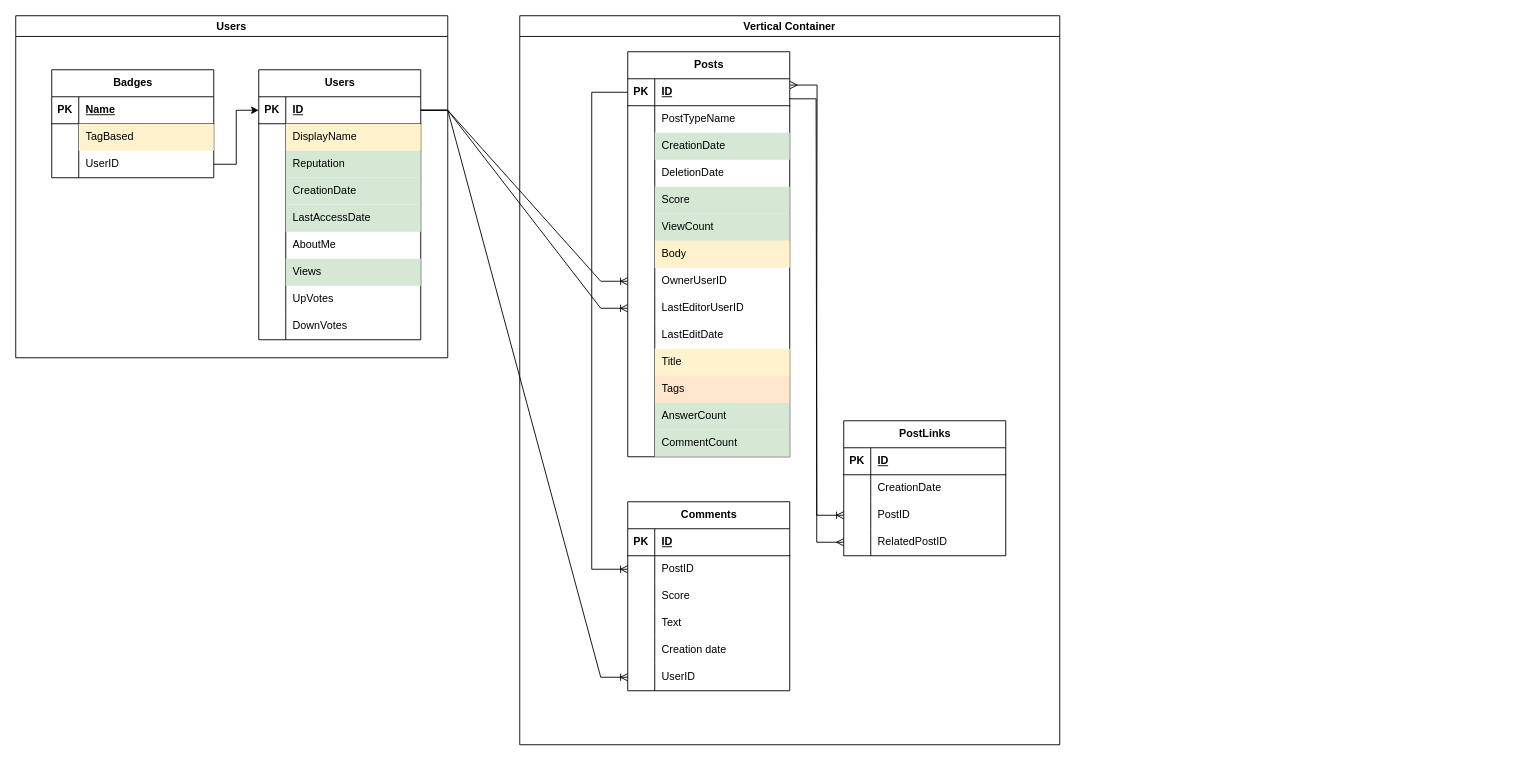
Above: DB.drawio in IvanovTD06/SP-01 (draw.io), before the change. Source tidied: cells renumbered, new cells numbered last; positions are measured from the earlier drawing's top-left corner, leaving out a move shared by most shapes. Both pictures are drawn from the tidied source at 90%, with x=0, y=0 at pixel (15, 15).
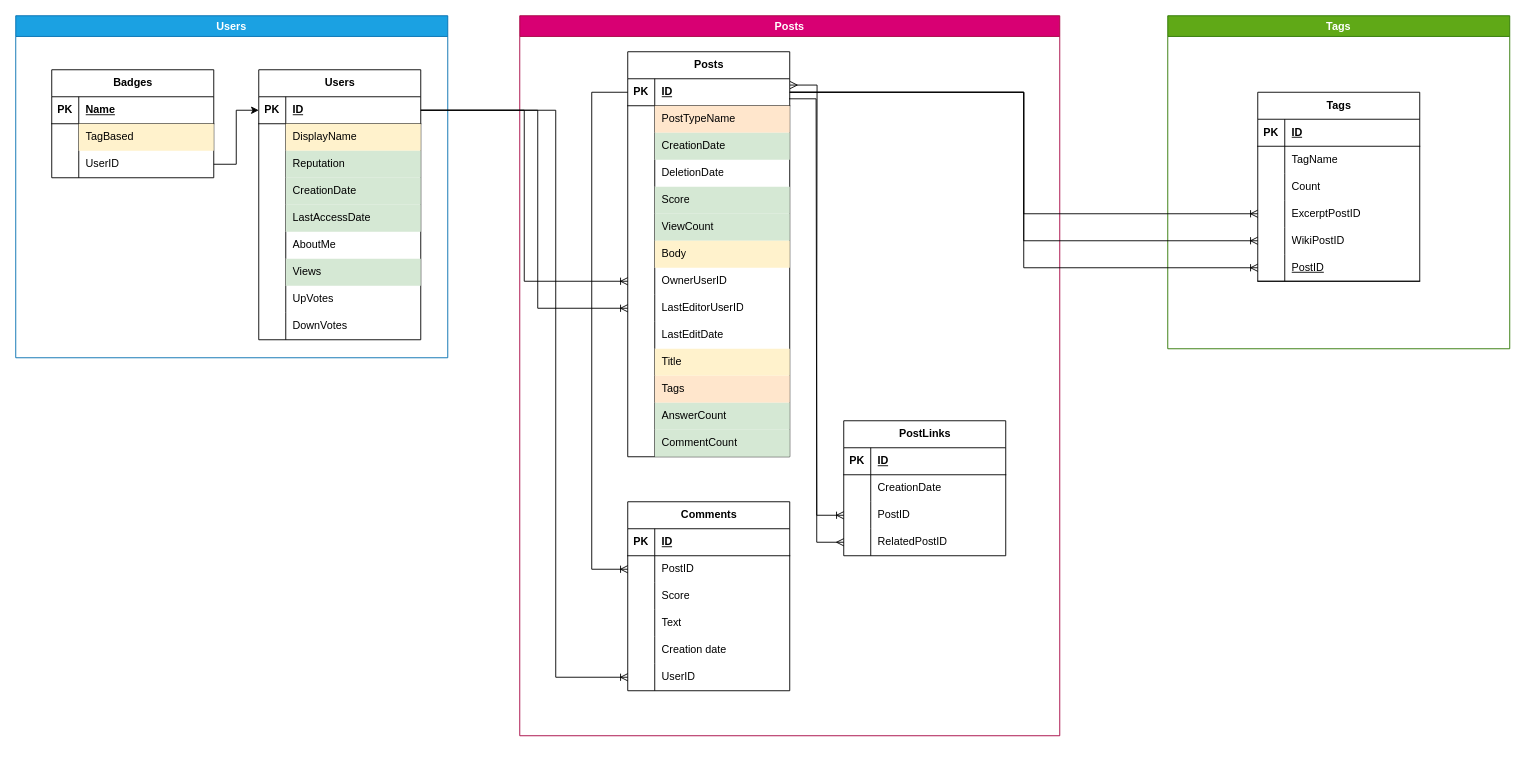
After the change.

The change refers to these unchanged cells:
```xml
<mxCell id="4" style="shape=tableRow;horizontal=0;startSize=0;swimlaneHead=0;swimlaneBody=0;fillColor=none;points=[[0,0.5],[1,0.5]];portConstraint=eastwest;top=0;left=0;right=0;bottom=1;" parent="3" vertex="1">
  <mxGeometry y="30" width="180" height="30" as="geometry" />
</mxCell>
<mxCell id="44" style="shape=tableRow;horizontal=0;startSize=0;swimlaneHead=0;swimlaneBody=0;fillColor=none;points=[[0,0.5],[1,0.5]];portConstraint=eastwest;top=0;left=0;right=0;bottom=1;" parent="43" vertex="1">
  <mxGeometry y="30" width="180" height="30" as="geometry" />
</mxCell>
<mxCell id="47" style="shape=tableRow;horizontal=0;startSize=0;swimlaneHead=0;swimlaneBody=0;fillColor=none;top=0;left=0;right=0;bottom=0;" parent="43" vertex="1">
  <mxGeometry y="60" width="180" height="30" as="geometry" />
</mxCell>
<mxCell id="65" style="shape=tableRow;horizontal=0;startSize=0;swimlaneHead=0;swimlaneBody=0;fillColor=none;points=[[0,0.5],[1,0.5]];portConstraint=eastwest;top=0;left=0;right=0;bottom=0;" parent="43" vertex="1">
  <mxGeometry y="240" width="180" height="30" as="geometry" />
</mxCell>
<mxCell id="68" style="shape=tableRow;horizontal=0;startSize=0;swimlaneHead=0;swimlaneBody=0;fillColor=none;points=[[0,0.5],[1,0.5]];portConstraint=eastwest;top=0;left=0;right=0;bottom=0;" parent="43" vertex="1">
  <mxGeometry y="270" width="180" height="30" as="geometry" />
</mxCell>
<mxCell id="102" style="shape=tableRow;horizontal=0;startSize=0;swimlaneHead=0;swimlaneBody=0;fillColor=none;points=[[0,0.5],[1,0.5]];portConstraint=eastwest;top=0;left=0;right=0;bottom=0;" parent="86" vertex="1">
  <mxGeometry y="180" width="180" height="30" as="geometry" />
</mxCell>
```

The edit, as a diff of the source:
```diff
@@
-    <mxCell id="2" value="Users" style="swimlane;whiteSpace=wrap;html=1;" parent="1" vertex="1">
+    <mxCell id="2" value="Users" style="swimlane;whiteSpace=wrap;html=1;fillColor=#1ba1e2;fontColor=#ffffff;strokeColor=#006EAF;" parent="1" vertex="1">
       <mxGeometry width="480" height="380" as="geometry" />
     </mxCell>
@@
-    <mxCell id="42" value="Vertical Container" style="swimlane;whiteSpace=wrap;html=1;" parent="1" vertex="1">
-      <mxGeometry x="560" width="600" height="810" as="geometry" />
+    <mxCell id="42" value="Posts" style="swimlane;whiteSpace=wrap;html=1;fillColor=#d80073;fontColor=#ffffff;strokeColor=#A50040;" parent="1" vertex="1">
+      <mxGeometry x="560" width="600" height="800" as="geometry" />
     </mxCell>
@@
-    <mxCell id="49" value="PostTypeName" style="shape=partialRectangle;fillColor=none;top=0;left=0;bottom=0;right=0;align=left;spacingLeft=6;overflow=hidden;whiteSpace=wrap;html=1;" parent="47" vertex="1">
+    <mxCell id="49" value="PostTypeName" style="shape=partialRectangle;fillColor=#ffe6cc;top=0;left=0;bottom=0;right=0;align=left;spacingLeft=6;overflow=hidden;whiteSpace=wrap;html=1;strokeColor=#d79b00;" parent="47" vertex="1">
       <mxGeometry x="30" width="150" height="30" as="geometry" />
     </mxCell>
@@
-    <mxCell id="121" style="edgeStyle=entityRelationEdgeStyle;fontSize=12;html=1;endArrow=ERoneToMany;rounded=0;exitX=1;exitY=0.5;exitDx=0;exitDy=0;" parent="1" edge="1" source="4" target="65">
+    <mxCell id="121" style="edgeStyle=elbowEdgeStyle;fontSize=12;html=1;endArrow=ERoneToMany;rounded=0;exitX=1;exitY=0.5;exitDx=0;exitDy=0;" parent="1" edge="1" source="4" target="65">
       <mxGeometry relative="1" as="geometry" />
     </mxCell>
-    <mxCell id="122" style="edgeStyle=entityRelationEdgeStyle;fontSize=12;html=1;endArrow=ERoneToMany;rounded=0;exitX=1;exitY=0.5;exitDx=0;exitDy=0;entryX=0;entryY=0.5;entryDx=0;entryDy=0;" parent="1" edge="1" source="4" target="68">
-      <mxGeometry relative="1" as="geometry" />
+    <mxCell id="122" style="edgeStyle=elbowEdgeStyle;fontSize=12;html=1;endArrow=ERoneToMany;rounded=0;exitX=1;exitY=0.5;exitDx=0;exitDy=0;entryX=0;entryY=0.5;entryDx=0;entryDy=0;" parent="1" edge="1" source="4" target="68">
+      <mxGeometry relative="1" as="geometry">
+        <Array as="points">
+          <mxPoint x="580" y="220" />
+        </Array>
+      </mxGeometry>
     </mxCell>
-    <mxCell id="123" style="edgeStyle=entityRelationEdgeStyle;fontSize=12;html=1;endArrow=ERoneToMany;rounded=0;exitX=1;exitY=0.5;exitDx=0;exitDy=0;entryX=0;entryY=0.5;entryDx=0;entryDy=0;" parent="1" edge="1" source="4" target="102">
-      <mxGeometry relative="1" as="geometry" />
+    <mxCell id="123" style="edgeStyle=elbowEdgeStyle;fontSize=12;html=1;endArrow=ERoneToMany;rounded=0;exitX=1;exitY=0.5;exitDx=0;exitDy=0;entryX=0;entryY=0.5;entryDx=0;entryDy=0;" parent="1" edge="1" source="4" target="102">
+      <mxGeometry relative="1" as="geometry">
+        <Array as="points">
+          <mxPoint x="600" y="420" />
+        </Array>
+      </mxGeometry>
     </mxCell>
+    <mxCell id="124" value="Tags" style="swimlane;whiteSpace=wrap;html=1;fillColor=#60a917;fontColor=#ffffff;strokeColor=#2D7600;" parent="1" vertex="1">
+      <mxGeometry x="1280" width="380" height="370" as="geometry" />
+    </mxCell>
+    <mxCell id="125" value="Tags" style="shape=table;startSize=30;childLayout=tableLayout;rowLines=0;fontStyle=1;align=center;html=1;" parent="124" vertex="1">
+      <mxGeometry x="100" y="85" width="180" height="210" as="geometry" />
+    </mxCell>
+    <mxCell id="126" style="shape=tableRow;horizontal=0;startSize=0;swimlaneHead=0;swimlaneBody=0;fillColor=none;top=0;left=0;right=0;bottom=1;" parent="125" vertex="1">
+      <mxGeometry y="30" width="180" height="30" as="geometry" />
+    </mxCell>
+    <mxCell id="127" value="PK" style="shape=partialRectangle;fillColor=none;top=0;left=0;bottom=0;right=0;fontStyle=1;overflow=hidden;whiteSpace=wrap;html=1;" parent="126" vertex="1">
+      <mxGeometry width="30" height="30" as="geometry" />
+    </mxCell>
+    <mxCell id="128" value="ID" style="shape=partialRectangle;fillColor=none;top=0;left=0;bottom=0;right=0;align=left;spacingLeft=6;fontStyle=5;overflow=hidden;whiteSpace=wrap;html=1;" parent="126" vertex="1">
+      <mxGeometry x="30" width="150" height="30" as="geometry" />
+    </mxCell>
+    <mxCell id="129" style="shape=tableRow;horizontal=0;startSize=0;swimlaneHead=0;swimlaneBody=0;fillColor=none;top=0;left=0;right=0;bottom=0;" parent="125" vertex="1">
+      <mxGeometry y="60" width="180" height="30" as="geometry" />
+    </mxCell>
+    <mxCell id="130" style="shape=partialRectangle;fillColor=none;top=0;left=0;bottom=0;right=0;overflow=hidden;whiteSpace=wrap;html=1;" parent="129" vertex="1">
+      <mxGeometry width="30" height="30" as="geometry" />
+    </mxCell>
+    <mxCell id="131" value="TagName" style="shape=partialRectangle;fillColor=none;top=0;left=0;bottom=0;right=0;align=left;spacingLeft=6;overflow=hidden;whiteSpace=wrap;html=1;" parent="129" vertex="1">
+      <mxGeometry x="30" width="150" height="30" as="geometry" />
+    </mxCell>
+    <mxCell id="132" style="shape=tableRow;horizontal=0;startSize=0;swimlaneHead=0;swimlaneBody=0;fillColor=none;top=0;left=0;right=0;bottom=0;" parent="125" vertex="1">
+      <mxGeometry y="90" width="180" height="30" as="geometry" />
+    </mxCell>
+    <mxCell id="133" style="shape=partialRectangle;fillColor=none;top=0;left=0;bottom=0;right=0;overflow=hidden;whiteSpace=wrap;html=1;" parent="132" vertex="1">
+      <mxGeometry width="30" height="30" as="geometry" />
+    </mxCell>
+    <mxCell id="134" value="Count" style="shape=partialRectangle;fillColor=none;top=0;left=0;bottom=0;right=0;align=left;spacingLeft=6;overflow=hidden;whiteSpace=wrap;html=1;" parent="132" vertex="1">
+      <mxGeometry x="30" width="150" height="30" as="geometry" />
+    </mxCell>
+    <mxCell id="135" style="shape=tableRow;horizontal=0;startSize=0;swimlaneHead=0;swimlaneBody=0;fillColor=none;points=[[0,0.5],[1,0.5]];portConstraint=eastwest;top=0;left=0;right=0;bottom=0;" parent="125" vertex="1">
+      <mxGeometry y="120" width="180" height="30" as="geometry" />
+    </mxCell>
+    <mxCell id="136" style="shape=partialRectangle;fillColor=none;top=0;left=0;bottom=0;right=0;overflow=hidden;whiteSpace=wrap;html=1;" parent="135" vertex="1">
+      <mxGeometry width="30" height="30" as="geometry" />
+    </mxCell>
+    <mxCell id="137" value="ExcerptPostID" style="shape=partialRectangle;fillColor=none;top=0;left=0;bottom=0;right=0;align=left;spacingLeft=6;overflow=hidden;whiteSpace=wrap;html=1;" parent="135" vertex="1">
+      <mxGeometry x="30" width="150" height="30" as="geometry" />
+    </mxCell>
+    <mxCell id="138" style="shape=tableRow;horizontal=0;startSize=0;swimlaneHead=0;swimlaneBody=0;fillColor=none;points=[[0,0.5],[1,0.5]];portConstraint=eastwest;top=0;left=0;right=0;bottom=0;" parent="125" vertex="1">
+      <mxGeometry y="150" width="180" height="30" as="geometry" />
+    </mxCell>
+    <mxCell id="139" style="shape=partialRectangle;fillColor=none;top=0;left=0;bottom=0;right=0;overflow=hidden;whiteSpace=wrap;html=1;" parent="138" vertex="1">
+      <mxGeometry width="30" height="30" as="geometry" />
+    </mxCell>
+    <mxCell id="140" value="WikiPostID" style="shape=partialRectangle;fillColor=none;top=0;left=0;bottom=0;right=0;align=left;spacingLeft=6;overflow=hidden;whiteSpace=wrap;html=1;" parent="138" vertex="1">
+      <mxGeometry x="30" width="150" height="30" as="geometry" />
+    </mxCell>
+    <mxCell id="141" style="shape=tableRow;horizontal=0;startSize=0;swimlaneHead=0;swimlaneBody=0;fillColor=none;points=[[0,0.5],[1,0.5]];portConstraint=eastwest;top=0;left=0;right=0;bottom=1;" parent="125" vertex="1">
+      <mxGeometry y="180" width="180" height="30" as="geometry" />
+    </mxCell>
+    <mxCell id="142" style="shape=partialRectangle;fillColor=none;top=0;left=0;bottom=0;right=0;fontStyle=1;overflow=hidden;whiteSpace=wrap;html=1;" parent="141" vertex="1">
+      <mxGeometry width="30" height="30" as="geometry" />
+    </mxCell>
+    <mxCell id="143" value="&lt;span style=&quot;font-weight: 400;&quot;&gt;PostID&lt;/span&gt;" style="shape=partialRectangle;fillColor=none;top=0;left=0;bottom=0;right=0;align=left;spacingLeft=6;fontStyle=5;overflow=hidden;whiteSpace=wrap;html=1;" parent="141" vertex="1">
+      <mxGeometry x="30" width="150" height="30" as="geometry" />
+    </mxCell>
+    <mxCell id="144" style="edgeStyle=elbowEdgeStyle;fontSize=12;html=1;endArrow=ERoneToMany;rounded=0;entryX=0;entryY=0.5;entryDx=0;entryDy=0;exitX=1;exitY=0.5;exitDx=0;exitDy=0;" parent="1" edge="1" source="44" target="138">
+      <mxGeometry relative="1" as="geometry" />
+    </mxCell>
+    <mxCell id="145" style="edgeStyle=elbowEdgeStyle;fontSize=12;html=1;endArrow=ERoneToMany;rounded=0;entryX=0;entryY=0.5;entryDx=0;entryDy=0;" parent="1" edge="1" source="44" target="141">
+      <mxGeometry relative="1" as="geometry" />
+    </mxCell>
+    <mxCell id="146" style="edgeStyle=elbowEdgeStyle;fontSize=12;html=1;endArrow=ERoneToMany;rounded=0;entryX=0;entryY=0.5;entryDx=0;entryDy=0;exitX=1;exitY=0.5;exitDx=0;exitDy=0;" parent="1" edge="1" source="44" target="135">
+      <mxGeometry relative="1" as="geometry" />
+    </mxCell>
```
